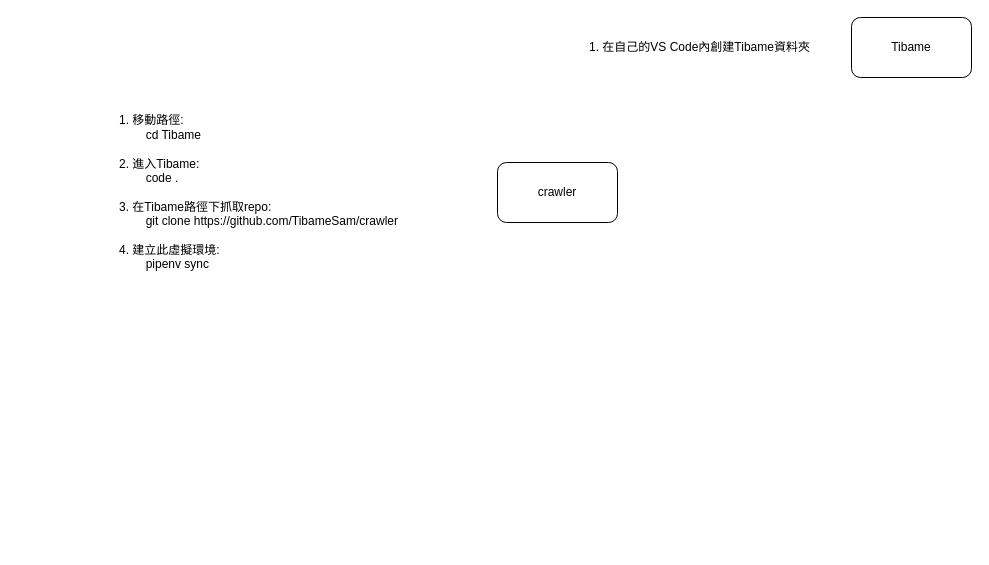
The draw.io diagram 架構圖.drawio in WadeLee52/ArchitectureDiagram, before the edit. Source tidied: cells renumbered, new cells numbered last; positions are measured from the earlier drawing's top-left corner, leaving out a move shared by most shapes. Both pictures are drawn from the tidied source at 100%, with x=0, y=0 at pixel (117, 17).
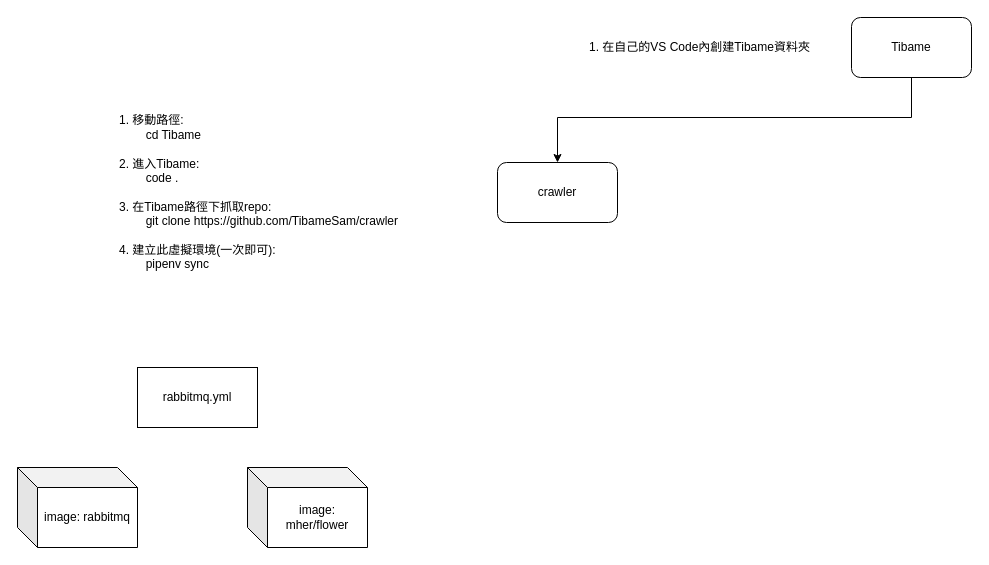
The same diagram, later.

Commit message:
更新架構圖.drawio

Change to the diagram source:
```diff
@@
 <mxGraphModel>
   <root>
     <mxCell id="0" />
     <mxCell id="1" parent="0" />
     <mxCell id="2" value="Tibame" style="rounded=1;whiteSpace=wrap;html=1;" parent="1" vertex="1">
       <mxGeometry x="734" width="120" height="60" as="geometry" />
     </mxCell>
     <mxCell id="3" value="1. 在自己的VS Code內創建Tibame資料夾" style="text;html=1;align=left;verticalAlign=middle;strokeColor=none;fillColor=none;" parent="1" vertex="1">
       <mxGeometry x="470" y="15" width="240" height="30" as="geometry" />
     </mxCell>
-    <mxCell id="4" value="&lt;div&gt;1. 移動路徑: &lt;br&gt;&lt;span style=&quot;white-space: pre;&quot;&gt;&#9;&lt;/span&gt;cd Tibame&lt;br&gt;&lt;br&gt;&lt;/div&gt;&lt;div&gt;2. 進入Tibame: &lt;br&gt;&lt;span style=&quot;white-space: pre;&quot;&gt;&#9;&lt;/span&gt;code .&lt;br&gt;&lt;br&gt;&lt;/div&gt;&lt;div&gt;3. 在Tibame路徑下抓取repo:&amp;nbsp;&lt;br&gt;&lt;span style=&quot;background-color: transparent; color: light-dark(rgb(0, 0, 0), rgb(255, 255, 255));&quot;&gt;&lt;span style=&quot;white-space: pre;&quot;&gt;&#9;&lt;/span&gt;git clone https://github.com/TibameSam/crawler&lt;br&gt;&lt;br&gt;&lt;/span&gt;&lt;/div&gt;&lt;div&gt;4. 建立此虛擬環境: &lt;br&gt;&lt;span style=&quot;white-space: pre;&quot;&gt;&#9;&lt;/span&gt;pipenv sync&amp;nbsp;&lt;/div&gt;" style="text;html=1;align=left;verticalAlign=middle;strokeColor=none;fillColor=none;" parent="1" vertex="1">
+    <mxCell id="4" value="&lt;div&gt;1. 移動路徑: &lt;br&gt;&lt;span style=&quot;white-space: pre;&quot;&gt;&#9;&lt;/span&gt;cd Tibame&lt;br&gt;&lt;br&gt;&lt;/div&gt;&lt;div&gt;2. 進入Tibame: &lt;br&gt;&lt;span style=&quot;white-space: pre;&quot;&gt;&#9;&lt;/span&gt;code .&lt;br&gt;&lt;br&gt;&lt;/div&gt;&lt;div&gt;3. 在Tibame路徑下抓取repo:&amp;nbsp;&lt;br&gt;&lt;span style=&quot;background-color: transparent; color: light-dark(rgb(0, 0, 0), rgb(255, 255, 255));&quot;&gt;&lt;span style=&quot;white-space: pre;&quot;&gt;&#9;&lt;/span&gt;git clone https://github.com/TibameSam/crawler&lt;br&gt;&lt;br&gt;&lt;/span&gt;&lt;/div&gt;&lt;div&gt;4. 建立此虛擬環境(一次即可): &lt;br&gt;&lt;span style=&quot;white-space: pre;&quot;&gt;&#9;&lt;/span&gt;pipenv sync&amp;nbsp;&lt;/div&gt;" style="text;html=1;align=left;verticalAlign=middle;strokeColor=none;fillColor=none;" parent="1" vertex="1">
       <mxGeometry y="90" width="300" height="170" as="geometry" />
     </mxCell>
     <mxCell id="5" value="crawler" style="rounded=1;whiteSpace=wrap;html=1;" parent="1" vertex="1">
       <mxGeometry x="380" y="145" width="120" height="60" as="geometry" />
     </mxCell>
+    <mxCell id="6" value="rabbitmq.yml" style="rounded=0;whiteSpace=wrap;html=1;" parent="1" vertex="1">
+      <mxGeometry x="20" y="350" width="120" height="60" as="geometry" />
+    </mxCell>
+    <mxCell id="7" value="image: rabbitmq" style="shape=cube;whiteSpace=wrap;html=1;boundedLbl=1;backgroundOutline=1;darkOpacity=0.05;darkOpacity2=0.1;" parent="1" vertex="1">
+      <mxGeometry x="-100" y="450" width="120" height="80" as="geometry" />
+    </mxCell>
+    <mxCell id="8" value="image: mher/flower" style="shape=cube;whiteSpace=wrap;html=1;boundedLbl=1;backgroundOutline=1;darkOpacity=0.05;darkOpacity2=0.1;" parent="1" vertex="1">
+      <mxGeometry x="130" y="450" width="120" height="80" as="geometry" />
+    </mxCell>
+    <mxCell id="9" style="endArrow=classic;html=1;rounded=0;entryX=0.5;entryY=0;entryDx=0;entryDy=0;exitX=0.5;exitY=1;exitDx=0;exitDy=0;" parent="1" edge="1" source="2" target="5">
+      <mxGeometry relative="1" as="geometry">
+        <Array as="points">
+          <mxPoint x="794" y="100" />
+          <mxPoint x="440" y="100" />
+        </Array>
+      </mxGeometry>
+    </mxCell>
   </root>
 </mxGraphModel>
```
